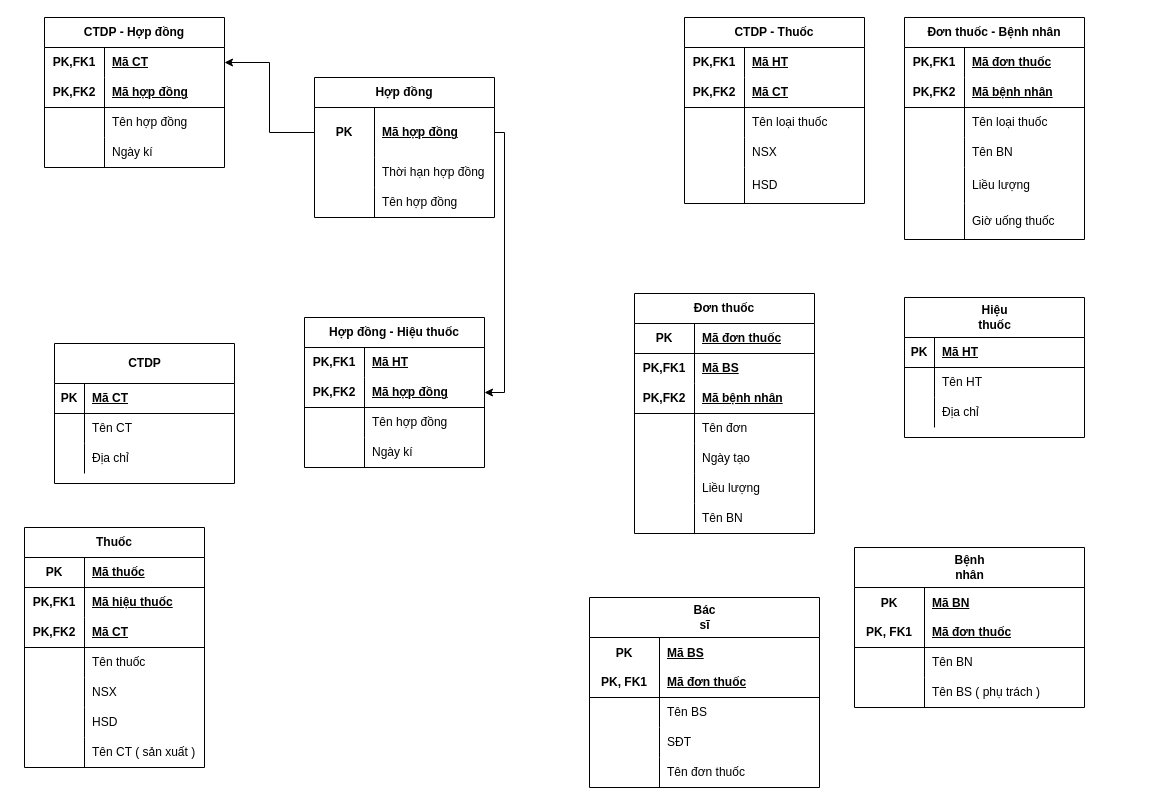
This is page "Trang-3" (3 of 4) of Biểu đồ không có tiêu đề.drawio from nqminh11605/hine16.github.io, a draw.io file, before an edit. Source tidied: cells renumbered, new cells numbered last; positions are measured from the earlier drawing's top-left corner, leaving out a move shared by most shapes. Both pictures are drawn from the tidied source at 100%, with x=0, y=0 at pixel (24, 17).
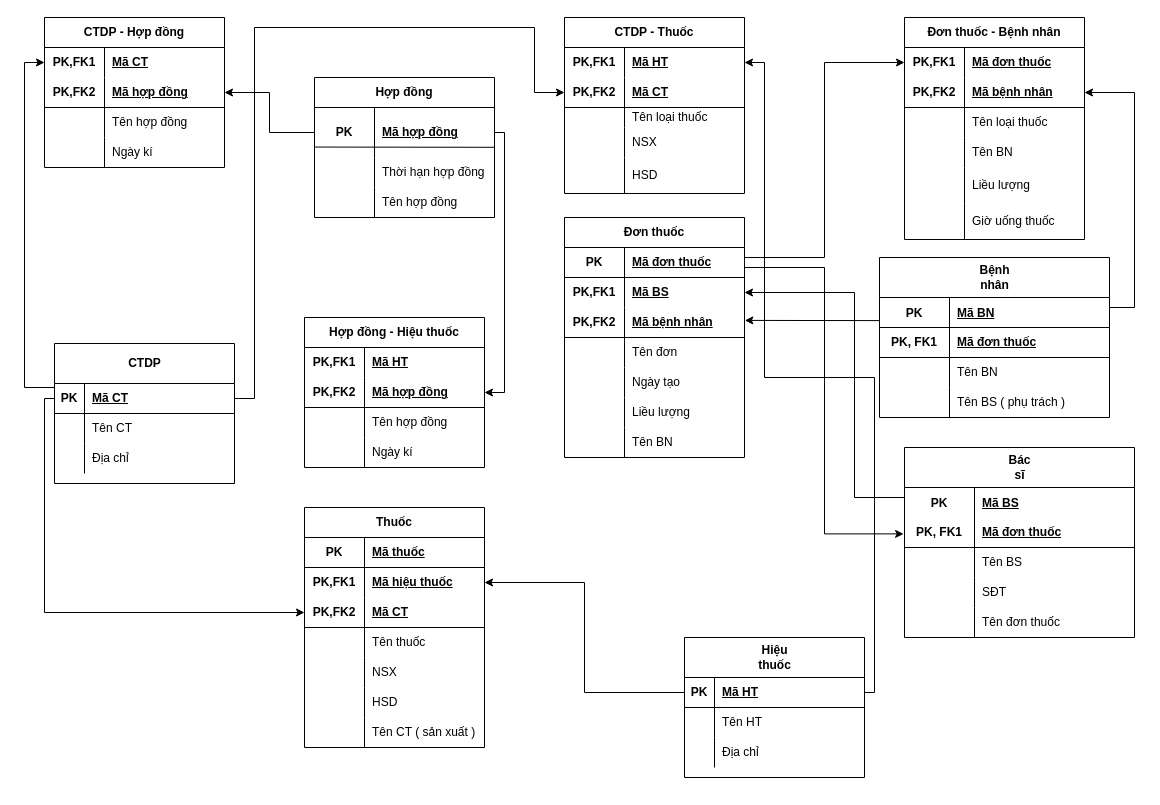
Above is the later version.

Commit message:
Cập nhật Biểu đồ không có tiêu đề.drawio

The change refers to these unchanged cells:
```xml
<mxCell id="3" style="shape=tableRow;horizontal=0;startSize=0;swimlaneHead=0;swimlaneBody=0;fillColor=none;points=[[0,0.5],[1,0.5]];portConstraint=eastwest;top=0;left=0;right=0;bottom=1;" parent="2" vertex="1">
  <mxGeometry y="40" width="180" height="30" as="geometry" />
</mxCell>
<mxCell id="12" value="Hợp đồng" style="shape=table;startSize=30;childLayout=tableLayout;rowLines=0;fontStyle=1;align=center;html=1;whiteSpace=wrap;" parent="1" vertex="1">
  <mxGeometry x="290" y="60" width="180" height="140" as="geometry" />
</mxCell>
<mxCell id="13" style="shape=tableRow;horizontal=0;startSize=0;swimlaneHead=0;swimlaneBody=0;fillColor=none;points=[[0,0.5],[1,0.5]];portConstraint=eastwest;top=0;left=0;right=0;bottom=0;html=1;" parent="12" vertex="1">
  <mxGeometry y="30" width="180" height="50" as="geometry" />
</mxCell>
<mxCell id="23" style="shape=tableRow;horizontal=0;startSize=0;swimlaneHead=0;swimlaneBody=0;fillColor=none;points=[[0,0.5],[1,0.5]];portConstraint=eastwest;top=0;left=0;right=0;bottom=1;" parent="22" vertex="1">
  <mxGeometry y="40" width="180" height="30" as="geometry" />
</mxCell>
<mxCell id="33" style="shape=tableRow;horizontal=0;startSize=0;swimlaneHead=0;swimlaneBody=0;fillColor=none;points=[[0,0.5],[1,0.5]];portConstraint=eastwest;top=0;left=0;right=0;bottom=0;html=1;" parent="32" vertex="1">
  <mxGeometry y="30" width="180" height="30" as="geometry" />
</mxCell>
<mxCell id="36" style="shape=tableRow;horizontal=0;startSize=0;swimlaneHead=0;swimlaneBody=0;fillColor=none;points=[[0,0.5],[1,0.5]];portConstraint=eastwest;top=0;left=0;right=0;bottom=1;html=1;" parent="32" vertex="1">
  <mxGeometry y="60" width="180" height="30" as="geometry" />
</mxCell>
<mxCell id="59" style="shape=tableRow;horizontal=0;startSize=0;swimlaneHead=0;swimlaneBody=0;fillColor=none;points=[[0,0.5],[1,0.5]];portConstraint=eastwest;top=0;left=0;right=0;bottom=0;html=1;" parent="58" vertex="1">
  <mxGeometry y="30" width="180" height="30" as="geometry" />
</mxCell>
<mxCell id="62" style="shape=tableRow;horizontal=0;startSize=0;swimlaneHead=0;swimlaneBody=0;fillColor=none;points=[[0,0.5],[1,0.5]];portConstraint=eastwest;top=0;left=0;right=0;bottom=1;html=1;" parent="58" vertex="1">
  <mxGeometry y="60" width="180" height="30" as="geometry" />
</mxCell>
<mxCell id="75" style="shape=tableRow;horizontal=0;startSize=0;swimlaneHead=0;swimlaneBody=0;fillColor=none;points=[[0,0.5],[1,0.5]];portConstraint=eastwest;top=0;left=0;right=0;bottom=1;" parent="74" vertex="1">
  <mxGeometry y="40" width="230" height="60" as="geometry" />
</mxCell>
<mxCell id="85" style="shape=tableRow;horizontal=0;startSize=0;swimlaneHead=0;swimlaneBody=0;fillColor=none;points=[[0,0.5],[1,0.5]];portConstraint=eastwest;top=0;left=0;right=0;bottom=0;html=1;" parent="84" vertex="1">
  <mxGeometry y="30" width="180" height="30" as="geometry" />
</mxCell>
<mxCell id="88" style="shape=tableRow;horizontal=0;startSize=0;swimlaneHead=0;swimlaneBody=0;fillColor=none;points=[[0,0.5],[1,0.5]];portConstraint=eastwest;top=0;left=0;right=0;bottom=1;html=1;" parent="84" vertex="1">
  <mxGeometry y="60" width="180" height="30" as="geometry" />
</mxCell>
<mxCell id="104" style="shape=tableRow;horizontal=0;startSize=0;swimlaneHead=0;swimlaneBody=0;fillColor=none;points=[[0,0.5],[1,0.5]];portConstraint=eastwest;top=0;left=0;right=0;bottom=1;" parent="103" vertex="1">
  <mxGeometry y="40" width="230" height="60" as="geometry" />
</mxCell>
<mxCell id="117" style="shape=tableRow;horizontal=0;startSize=0;swimlaneHead=0;swimlaneBody=0;fillColor=none;points=[[0,0.5],[1,0.5]];portConstraint=eastwest;top=0;left=0;right=0;bottom=1;html=1;" parent="116" vertex="1">
  <mxGeometry y="30" width="180" height="30" as="geometry" />
</mxCell>
<mxCell id="120" style="shape=tableRow;horizontal=0;startSize=0;swimlaneHead=0;swimlaneBody=0;fillColor=none;points=[[0,0.5],[1,0.5]];portConstraint=eastwest;top=0;left=0;right=0;bottom=0;html=1;" parent="116" vertex="1">
  <mxGeometry y="60" width="180" height="30" as="geometry" />
</mxCell>
<mxCell id="123" style="shape=tableRow;horizontal=0;startSize=0;swimlaneHead=0;swimlaneBody=0;fillColor=none;points=[[0,0.5],[1,0.5]];portConstraint=eastwest;top=0;left=0;right=0;bottom=1;html=1;" parent="116" vertex="1">
  <mxGeometry y="90" width="180" height="30" as="geometry" />
</mxCell>
<mxCell id="144" style="shape=tableRow;horizontal=0;startSize=0;swimlaneHead=0;swimlaneBody=0;fillColor=none;points=[[0,0.5],[1,0.5]];portConstraint=eastwest;top=0;left=0;right=0;bottom=0;html=1;" parent="140" vertex="1">
  <mxGeometry y="60" width="180" height="30" as="geometry" />
</mxCell>
<mxCell id="147" style="shape=tableRow;horizontal=0;startSize=0;swimlaneHead=0;swimlaneBody=0;fillColor=none;points=[[0,0.5],[1,0.5]];portConstraint=eastwest;top=0;left=0;right=0;bottom=1;html=1;" parent="140" vertex="1">
  <mxGeometry y="90" width="180" height="30" as="geometry" />
</mxCell>
```

What changed in the source:
```diff
@@
+    <mxCell id="162" style="endArrow=none;html=1;rounded=0;exitX=-0.001;exitY=0.791;exitDx=0;exitDy=0;exitPerimeter=0;entryX=1.002;entryY=0.796;entryDx=0;entryDy=0;entryPerimeter=0;" parent="12" edge="1" source="13" target="13">
+      <mxGeometry relative="1" as="geometry" />
+    </mxCell>
     <mxCell id="22" value="&lt;span style=&quot;text-wrap-mode: wrap;&quot;&gt;Hiệu thuốc&lt;/span&gt;" style="shape=table;startSize=40;childLayout=tableLayout;rowLines=0;fontStyle=1;align=center;html=1;" parent="1" vertex="1">
-      <mxGeometry x="880" y="280" width="180" height="140" as="geometry" />
+      <mxGeometry x="660" y="620" width="180" height="140" as="geometry" />
     </mxCell>
@@
     <mxCell id="58" value="CTDP - Thuốc" style="shape=table;startSize=30;childLayout=tableLayout;rowLines=0;fontStyle=1;align=center;html=1;whiteSpace=wrap;" parent="1" vertex="1">
-      <mxGeometry x="660" width="180" height="186" as="geometry" />
+      <mxGeometry x="540" width="180" height="176" as="geometry" />
     </mxCell>
@@
     <mxCell id="65" style="shape=tableRow;horizontal=0;startSize=0;swimlaneHead=0;swimlaneBody=0;fillColor=none;top=0;left=0;right=0;bottom=0;html=1;" parent="58" vertex="1">
-      <mxGeometry y="90" width="180" height="30" as="geometry" />
+      <mxGeometry y="90" width="180" height="20" as="geometry" />
     </mxCell>
     <mxCell id="66" style="shape=partialRectangle;fillColor=none;top=0;left=0;bottom=0;right=0;overflow=hidden;html=1;whiteSpace=wrap;" parent="65" vertex="1">
-      <mxGeometry width="60" height="30" as="geometry" />
+      <mxGeometry width="60" height="20" as="geometry" />
     </mxCell>
     <mxCell id="67" value="Tên loại thuốc" style="shape=partialRectangle;fillColor=none;top=0;left=0;bottom=0;right=0;align=left;spacingLeft=6;overflow=hidden;html=1;whiteSpace=wrap;" parent="65" vertex="1">
-      <mxGeometry x="60" width="120" height="30" as="geometry" />
+      <mxGeometry x="60" width="120" height="20" as="geometry" />
     </mxCell>
     <mxCell id="68" style="shape=tableRow;horizontal=0;startSize=0;swimlaneHead=0;swimlaneBody=0;fillColor=none;top=0;left=0;right=0;bottom=0;html=1;" parent="58" vertex="1">
-      <mxGeometry y="120" width="180" height="30" as="geometry" />
+      <mxGeometry y="110" width="180" height="30" as="geometry" />
     </mxCell>
@@
     <mxCell id="71" style="shape=tableRow;horizontal=0;startSize=0;swimlaneHead=0;swimlaneBody=0;fillColor=none;top=0;left=0;right=0;bottom=0;html=1;" parent="58" vertex="1">
-      <mxGeometry y="150" width="180" height="36" as="geometry" />
+      <mxGeometry y="140" width="180" height="36" as="geometry" />
     </mxCell>
@@
     <mxCell id="74" value="&lt;span style=&quot;text-wrap-mode: wrap;&quot;&gt;Bệnh nhân&lt;/span&gt;" style="shape=table;startSize=40;childLayout=tableLayout;rowLines=0;fontStyle=1;align=center;html=1;" parent="1" vertex="1">
-      <mxGeometry x="830" y="530" width="230" height="160" as="geometry" />
+      <mxGeometry x="855" y="240" width="230" height="160" as="geometry" />
     </mxCell>
@@
+    <mxCell id="163" style="endArrow=none;html=1;rounded=0;entryX=1;entryY=0.5;entryDx=0;entryDy=0;exitX=0;exitY=0.5;exitDx=0;exitDy=0;" parent="74" edge="1" source="75" target="75">
+      <mxGeometry relative="1" as="geometry" />
+    </mxCell>
@@
     <mxCell id="103" value="&lt;span style=&quot;text-wrap-mode: wrap;&quot;&gt;Bác sĩ&lt;/span&gt;" style="shape=table;startSize=40;childLayout=tableLayout;rowLines=0;fontStyle=1;align=center;html=1;" parent="1" vertex="1">
-      <mxGeometry x="565" y="580" width="230" height="190" as="geometry" />
+      <mxGeometry x="880" y="430" width="230" height="190" as="geometry" />
     </mxCell>
@@
     <mxCell id="116" value="Đơn thuốc" style="shape=table;startSize=30;childLayout=tableLayout;rowLines=0;fontStyle=1;align=center;html=1;whiteSpace=wrap;" parent="1" vertex="1">
-      <mxGeometry x="610" y="276" width="180" height="240" as="geometry" />
+      <mxGeometry x="540" y="200" width="180" height="240" as="geometry" />
     </mxCell>
@@
-    <mxCell id="138" style="endArrow=classic;html=1;rounded=0;exitX=0;exitY=0.5;exitDx=0;exitDy=0;entryX=1;entryY=0.5;entryDx=0;entryDy=0;edgeStyle=orthogonalEdgeStyle;" parent="1" edge="1" source="13" target="33">
-      <mxGeometry relative="1" as="geometry" />
-    </mxCell>
@@
     <mxCell id="140" value="Thuốc" style="shape=table;startSize=30;childLayout=tableLayout;rowLines=0;fontStyle=1;align=center;html=1;whiteSpace=wrap;" parent="1" vertex="1">
-      <mxGeometry y="510" width="180" height="240" as="geometry" />
+      <mxGeometry x="280" y="490" width="180" height="240" as="geometry" />
     </mxCell>
@@
+    <mxCell id="164" style="endArrow=classic;html=1;rounded=0;exitX=0;exitY=0.5;exitDx=0;exitDy=0;entryX=0;entryY=0.5;entryDx=0;entryDy=0;edgeStyle=orthogonalEdgeStyle;" parent="1" edge="1" source="3" target="147">
+      <mxGeometry relative="1" as="geometry" />
+    </mxCell>
+    <mxCell id="165" style="endArrow=classic;html=1;rounded=0;exitX=0;exitY=0.5;exitDx=0;exitDy=0;entryX=1;entryY=0.5;entryDx=0;entryDy=0;edgeStyle=orthogonalEdgeStyle;" parent="1" edge="1" source="23" target="144">
+      <mxGeometry relative="1" as="geometry" />
+    </mxCell>
+    <mxCell id="166" style="edgeStyle=orthogonalEdgeStyle;rounded=0;jettySize=auto;html=1;entryX=-0.004;entryY=0.773;entryDx=0;entryDy=0;entryPerimeter=0;" parent="1" edge="1" source="117" target="104">
+      <mxGeometry relative="1" as="geometry">
+        <Array as="points">
+          <mxPoint x="800" y="250" />
+          <mxPoint x="800" y="516" />
+        </Array>
+      </mxGeometry>
+    </mxCell>
+    <mxCell id="167" style="edgeStyle=orthogonalEdgeStyle;rounded=0;jettySize=auto;html=1;" parent="1" edge="1" source="104" target="120">
+      <mxGeometry relative="1" as="geometry">
+        <Array as="points">
+          <mxPoint x="830" y="480" />
+          <mxPoint x="830" y="275" />
+        </Array>
+      </mxGeometry>
+    </mxCell>
+    <mxCell id="168" style="edgeStyle=orthogonalEdgeStyle;rounded=0;jettySize=auto;html=1;" parent="1" edge="1" source="75" target="88">
+      <mxGeometry relative="1" as="geometry">
+        <Array as="points">
+          <mxPoint x="1110" y="290" />
+          <mxPoint x="1110" y="75" />
+        </Array>
+      </mxGeometry>
+    </mxCell>
+    <mxCell id="169" style="edgeStyle=orthogonalEdgeStyle;rounded=0;jettySize=auto;html=1;" parent="1" edge="1" source="117" target="85">
+      <mxGeometry relative="1" as="geometry">
+        <Array as="points">
+          <mxPoint x="800" y="240" />
+          <mxPoint x="800" y="45" />
+        </Array>
+      </mxGeometry>
+    </mxCell>
+    <mxCell id="170" style="endArrow=classic;html=1;rounded=0;exitX=-0.001;exitY=0.385;exitDx=0;exitDy=0;exitPerimeter=0;entryX=1.002;entryY=0.43;entryDx=0;entryDy=0;entryPerimeter=0;" parent="1" edge="1" source="75" target="123">
+      <mxGeometry relative="1" as="geometry" />
+    </mxCell>
+    <mxCell id="171" style="edgeStyle=orthogonalEdgeStyle;rounded=0;jettySize=auto;html=1;entryX=0;entryY=0.5;entryDx=0;entryDy=0;" parent="1" edge="1" source="3" target="33">
+      <mxGeometry relative="1" as="geometry">
+        <Array as="points">
+          <mxPoint y="370" />
+          <mxPoint y="45" />
+        </Array>
+      </mxGeometry>
+    </mxCell>
+    <mxCell id="172" style="edgeStyle=orthogonalEdgeStyle;rounded=0;jettySize=auto;html=1;" parent="1" edge="1" source="3" target="62">
+      <mxGeometry relative="1" as="geometry">
+        <Array as="points">
+          <mxPoint x="230" y="381" />
+          <mxPoint x="230" y="10" />
+          <mxPoint x="510" y="10" />
+          <mxPoint x="510" y="75" />
+        </Array>
+      </mxGeometry>
+    </mxCell>
+    <mxCell id="173" style="edgeStyle=orthogonalEdgeStyle;rounded=0;jettySize=auto;html=1;" parent="1" edge="1" source="23" target="59">
+      <mxGeometry relative="1" as="geometry">
+        <Array as="points">
+          <mxPoint x="850" y="675" />
+          <mxPoint x="850" y="360" />
+          <mxPoint x="740" y="360" />
+          <mxPoint x="740" y="45" />
+        </Array>
+      </mxGeometry>
+    </mxCell>
+    <mxCell id="174" style="endArrow=classic;html=1;rounded=0;exitX=0;exitY=0.5;exitDx=0;exitDy=0;entryX=1;entryY=0.5;entryDx=0;entryDy=0;edgeStyle=orthogonalEdgeStyle;" parent="1" edge="1" source="13" target="36">
+      <mxGeometry relative="1" as="geometry" />
+    </mxCell>
```
